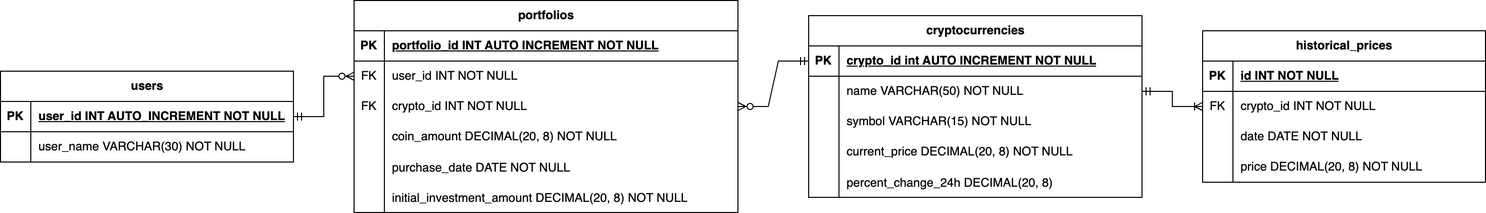
Earlier version of the draw.io export ER_Diagram.png (noahcroghan/soft161_milestone_2). Source tidied: cells renumbered, new cells last; positions are measured from the earlier drawing's top-left corner, leaving out a move shared by most shapes.
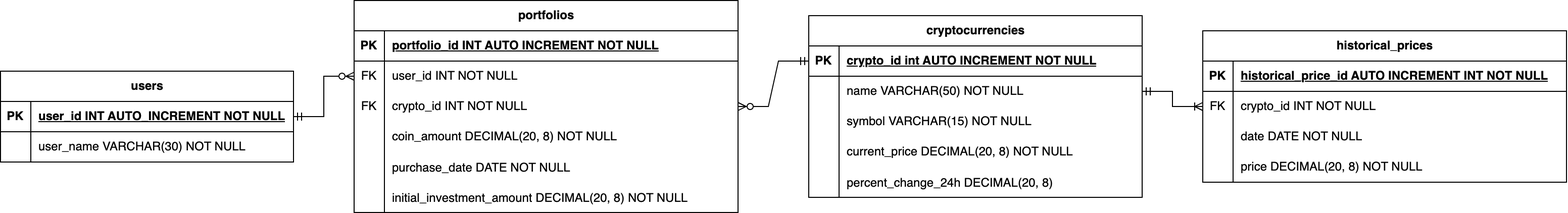
Above is the later version.

Commit message:
Update ER Diagram to reflect historical prices database change

What changed in the source:
```diff
@@ -57,43 +57,43 @@
       <mxGeometry x="30" width="300" height="30" as="geometry" />
     </mxCell>
     <mxCell id="20" value="historical_prices" style="shape=table;startSize=30;rowLines=0;fontStyle=1;align=center;html=1;" parent="1" vertex="1">
-      <mxGeometry x="1190" y="30" width="280" height="150" as="geometry" />
+      <mxGeometry x="1190" y="30" width="360" height="150" as="geometry" />
     </mxCell>
     <mxCell id="21" style="shape=tableRow;horizontal=0;startSize=0;swimlaneHead=0;swimlaneBody=0;fillColor=none;top=0;left=0;right=0;bottom=1;" parent="20" vertex="1">
-      <mxGeometry y="30" width="280" height="30" as="geometry" />
+      <mxGeometry y="30" width="360" height="30" as="geometry" />
     </mxCell>
     <mxCell id="22" value="PK" style="shape=partialRectangle;fillColor=none;top=0;left=0;bottom=0;right=0;fontStyle=1;overflow=hidden;whiteSpace=wrap;html=1;" parent="21" vertex="1">
       <mxGeometry width="30" height="30" as="geometry" />
     </mxCell>
-    <mxCell id="23" value="id INT NOT NULL" style="shape=partialRectangle;fillColor=none;top=0;left=0;bottom=0;right=0;align=left;spacingLeft=6;fontStyle=5;overflow=hidden;whiteSpace=wrap;html=1;" parent="21" vertex="1">
-      <mxGeometry x="30" width="250" height="30" as="geometry" />
+    <mxCell id="23" value="historical_price_id AUTO INCREMENT INT NOT NULL" style="shape=partialRectangle;fillColor=none;top=0;left=0;bottom=0;right=0;align=left;spacingLeft=6;fontStyle=5;overflow=hidden;whiteSpace=wrap;html=1;" parent="21" vertex="1">
+      <mxGeometry x="30" width="330" height="30" as="geometry" />
     </mxCell>
     <mxCell id="24" style="shape=tableRow;horizontal=0;startSize=0;swimlaneHead=0;swimlaneBody=0;fillColor=none;points=[[0,0.5],[1,0.5]];portConstraint=eastwest;top=0;left=0;right=0;bottom=0;" parent="20" vertex="1">
-      <mxGeometry y="60" width="280" height="30" as="geometry" />
+      <mxGeometry y="60" width="360" height="30" as="geometry" />
     </mxCell>
     <mxCell id="25" value="FK" style="shape=partialRectangle;fillColor=none;top=0;left=0;bottom=0;right=0;overflow=hidden;whiteSpace=wrap;html=1;" parent="24" vertex="1">
       <mxGeometry width="30" height="30" as="geometry" />
     </mxCell>
     <mxCell id="26" value="crypto_id INT NOT NULL" style="shape=partialRectangle;fillColor=none;top=0;left=0;bottom=0;right=0;align=left;spacingLeft=6;overflow=hidden;whiteSpace=wrap;html=1;" parent="24" vertex="1">
-      <mxGeometry x="30" width="250" height="30" as="geometry" />
+      <mxGeometry x="30" width="330" height="30" as="geometry" />
     </mxCell>
     <mxCell id="27" style="shape=tableRow;horizontal=0;startSize=0;swimlaneHead=0;swimlaneBody=0;fillColor=none;top=0;left=0;right=0;bottom=0;" parent="20" vertex="1">
-      <mxGeometry y="90" width="280" height="30" as="geometry" />
+      <mxGeometry y="90" width="360" height="30" as="geometry" />
     </mxCell>
     <mxCell id="28" style="shape=partialRectangle;fillColor=none;top=0;left=0;bottom=0;right=0;overflow=hidden;whiteSpace=wrap;html=1;" parent="27" vertex="1">
       <mxGeometry width="30" height="30" as="geometry" />
     </mxCell>
     <mxCell id="29" value="date DATE NOT NULL" style="shape=partialRectangle;fillColor=none;top=0;left=0;bottom=0;right=0;align=left;spacingLeft=6;overflow=hidden;whiteSpace=wrap;html=1;" parent="27" vertex="1">
-      <mxGeometry x="30" width="250" height="30" as="geometry" />
+      <mxGeometry x="30" width="330" height="30" as="geometry" />
     </mxCell>
     <mxCell id="30" style="shape=tableRow;horizontal=0;startSize=0;swimlaneHead=0;swimlaneBody=0;fillColor=none;top=0;left=0;right=0;bottom=0;" parent="20" vertex="1">
-      <mxGeometry y="120" width="280" height="30" as="geometry" />
+      <mxGeometry y="120" width="360" height="30" as="geometry" />
     </mxCell>
     <mxCell id="31" style="shape=partialRectangle;fillColor=none;top=0;left=0;bottom=0;right=0;overflow=hidden;whiteSpace=wrap;html=1;" parent="30" vertex="1">
       <mxGeometry width="30" height="30" as="geometry" />
     </mxCell>
     <mxCell id="32" value="price DECIMAL(20, 8)&amp;nbsp;NOT NULL" style="shape=partialRectangle;fillColor=none;top=0;left=0;bottom=0;right=0;align=left;spacingLeft=6;overflow=hidden;whiteSpace=wrap;html=1;" parent="30" vertex="1">
-      <mxGeometry x="30" width="250" height="30" as="geometry" />
+      <mxGeometry x="30" width="330" height="30" as="geometry" />
     </mxCell>
     <mxCell id="33" style="edgeStyle=entityRelationEdgeStyle;fontSize=12;html=1;endArrow=ERoneToMany;startArrow=ERmandOne;rounded=0;" parent="1" edge="1" source="8" target="24">
       <mxGeometry relative="1" as="geometry" />
```
